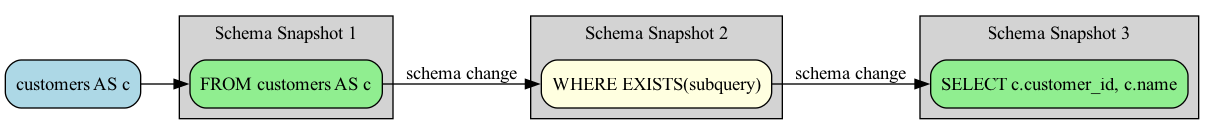
Earlier version of the Graphviz export examples/subquery_exists_schema.png (rot1024/sqloflow). Its source is kept beside it as examples/subquery_exists_schema.dot.
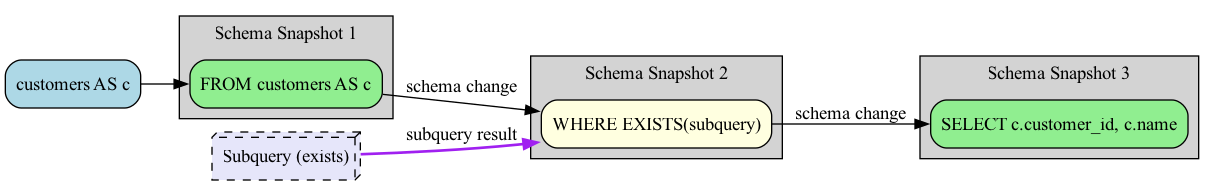
The same file after the commit.

Change to the diagram source:
```diff
@@ -3,6 +3,7 @@
   node [shape=box, style=rounded];
 
   node_0 [label="customers AS c", fillcolor=lightblue, style="filled,rounded"];
+  node_3 [label="Subquery (exists)", fillcolor=lavender, style="filled,rounded,dashed", shape=box3d];
   subgraph cluster_0 {
     label="Schema Snapshot 1";
     style=filled;
@@ -19,10 +20,11 @@
     label="Schema Snapshot 3";
     style=filled;
     fillcolor=lightgray;
-    node_3 [label="SELECT c.customer_id, c.name", fillcolor=lightgreen, style="filled,rounded"];
+    node_4 [label="SELECT c.customer_id, c.name", fillcolor=lightgreen, style="filled,rounded"];
   }
 
   node_0 -> node_1 [color=black];
   node_1 -> node_2 [color=black, label="schema change"];
-  node_2 -> node_3 [color=black, label="schema change"];
+  node_3 -> node_2 [color=purple, style=bold, label="subquery result"];
+  node_2 -> node_4 [color=black, label="schema change"];
 }
```
